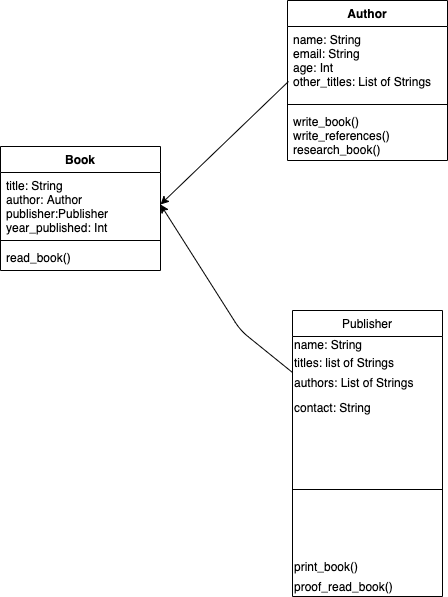
This is Homework_week2_day1.png from emmDevs/week2_day1_homework, a draw.io export, as it was before one commit. Source tidied: cells renumbered, new cells last; positions are measured from the earlier drawing's top-left corner, leaving out a move shared by most shapes.
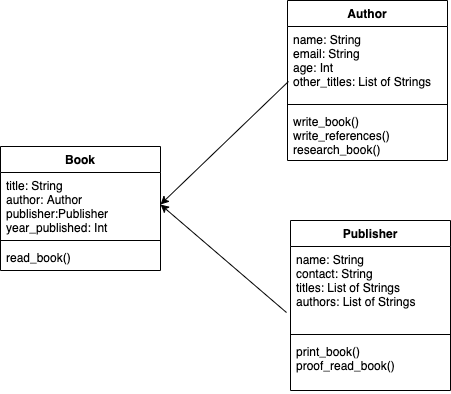
Above is the later version.

Diff of the diagram source:
```diff
@@ -5,37 +5,9 @@
     <mxCell id="2" style="endArrow=classic;html=1;entryX=1;entryY=0.5;entryDx=0;entryDy=0;exitX=0.006;exitY=0.743;exitDx=0;exitDy=0;exitPerimeter=0;" parent="1" edge="1" source="17" target="13">
       <mxGeometry relative="1" as="geometry" />
     </mxCell>
-    <mxCell id="3" style="endArrow=classic;html=1;exitX=0;exitY=0;exitDx=0;exitDy=0;entryX=1;entryY=0.5;entryDx=0;entryDy=0;" parent="1" edge="1" source="7" target="13">
-      <mxGeometry relative="1" as="geometry">
-        <Array as="points">
-          <mxPoint x="240" y="330" />
-        </Array>
-      </mxGeometry>
+    <mxCell id="3" style="endArrow=classic;html=1;exitX=-0.025;exitY=0.786;exitDx=0;exitDy=0;entryX=1;entryY=0.5;entryDx=0;entryDy=0;exitPerimeter=0;" parent="1" edge="1" source="20" target="13">
+      <mxGeometry relative="1" as="geometry" />
     </mxCell>
-    <mxCell id="4" value="Publisher" style="swimlane;fontStyle=0;align=center;verticalAlign=top;horizontal=1;startSize=26;rounded=0;shadow=0;strokeWidth=1;" parent="1" vertex="1">
-      <mxGeometry x="292" y="310" width="150" height="286" as="geometry" />
-    </mxCell>
-    <mxCell id="5" value="name: String" style="text;html=1;strokeColor=none;fillColor=none;align=left;verticalAlign=middle;whiteSpace=wrap;rounded=0;" parent="4" vertex="1">
-      <mxGeometry y="26" width="150" height="16" as="geometry" />
-    </mxCell>
-    <mxCell id="6" value="titles: list of Strings" style="text;html=1;strokeColor=none;fillColor=none;align=left;verticalAlign=middle;whiteSpace=wrap;rounded=0;" parent="4" vertex="1">
-      <mxGeometry y="42" width="150" height="20" as="geometry" />
-    </mxCell>
-    <mxCell id="7" value="authors: List of Strings" style="text;html=1;strokeColor=none;fillColor=none;align=left;verticalAlign=middle;whiteSpace=wrap;rounded=0;" parent="4" vertex="1">
-      <mxGeometry y="62" width="150" height="20" as="geometry" />
-    </mxCell>
-    <mxCell id="8" value="contact: String" style="text;html=1;strokeColor=none;fillColor=none;align=left;verticalAlign=middle;whiteSpace=wrap;rounded=0;" parent="4" vertex="1">
-      <mxGeometry y="82" width="150" height="30" as="geometry" />
-    </mxCell>
-    <mxCell id="9" style="line;html=1;strokeWidth=1;align=left;verticalAlign=middle;spacingTop=-1;spacingLeft=3;spacingRight=3;labelPosition=right;" parent="4" vertex="1">
-      <mxGeometry y="112" width="150" height="134" as="geometry" />
-    </mxCell>
-    <mxCell id="10" value="print_book()" style="text;html=1;strokeColor=none;fillColor=none;align=left;verticalAlign=middle;whiteSpace=wrap;rounded=0;" parent="4" vertex="1">
-      <mxGeometry y="246" width="150" height="20" as="geometry" />
-    </mxCell>
-    <mxCell id="11" value="proof_read_book()&lt;br&gt;" style="text;html=1;strokeColor=none;fillColor=none;align=left;verticalAlign=middle;whiteSpace=wrap;rounded=0;" parent="4" vertex="1">
-      <mxGeometry y="266" width="150" height="20" as="geometry" />
-    </mxCell>
     <mxCell id="12" value="Book" style="swimlane;fontStyle=1;align=center;verticalAlign=top;horizontal=1;startSize=26;" parent="1" vertex="1">
       <mxGeometry y="146" width="160" height="124" as="geometry" />
     </mxCell>
@@ -60,5 +32,17 @@
     <mxCell id="19" value="write_book()&#10;write_references()&#10;research_book()" style="text;strokeColor=none;fillColor=none;align=left;verticalAlign=top;spacingLeft=4;spacingRight=4;overflow=hidden;" parent="16" vertex="1">
       <mxGeometry y="108" width="160" height="52" as="geometry" />
     </mxCell>
+    <mxCell id="4" value="Publisher" style="swimlane;fontStyle=1;align=center;verticalAlign=top;horizontal=1;startSize=26;" parent="1" vertex="1">
+      <mxGeometry x="290" y="220" width="160" height="170" as="geometry" />
+    </mxCell>
+    <mxCell id="20" value="name: String&#10;contact: String&#10;titles: List of Strings&#10;authors: List of Strings&#10;" style="text;strokeColor=none;fillColor=none;align=left;verticalAlign=top;spacingLeft=4;spacingRight=4;overflow=hidden;points=[[0,0.5],[1,0.5]];portConstraint=eastwest;" parent="4" vertex="1">
+      <mxGeometry y="26" width="160" height="84" as="geometry" />
+    </mxCell>
+    <mxCell id="21" style="line;strokeWidth=1;fillColor=none;align=left;verticalAlign=middle;spacingTop=-1;spacingLeft=3;spacingRight=3;labelPosition=right;" parent="4" vertex="1">
+      <mxGeometry y="110" width="160" height="8" as="geometry" />
+    </mxCell>
+    <mxCell id="22" value="print_book()&#10;proof_read_book()" style="text;strokeColor=none;fillColor=none;align=left;verticalAlign=top;spacingLeft=4;spacingRight=4;overflow=hidden;" parent="4" vertex="1">
+      <mxGeometry y="118" width="160" height="52" as="geometry" />
+    </mxCell>
   </root>
 </mxGraphModel>
```
